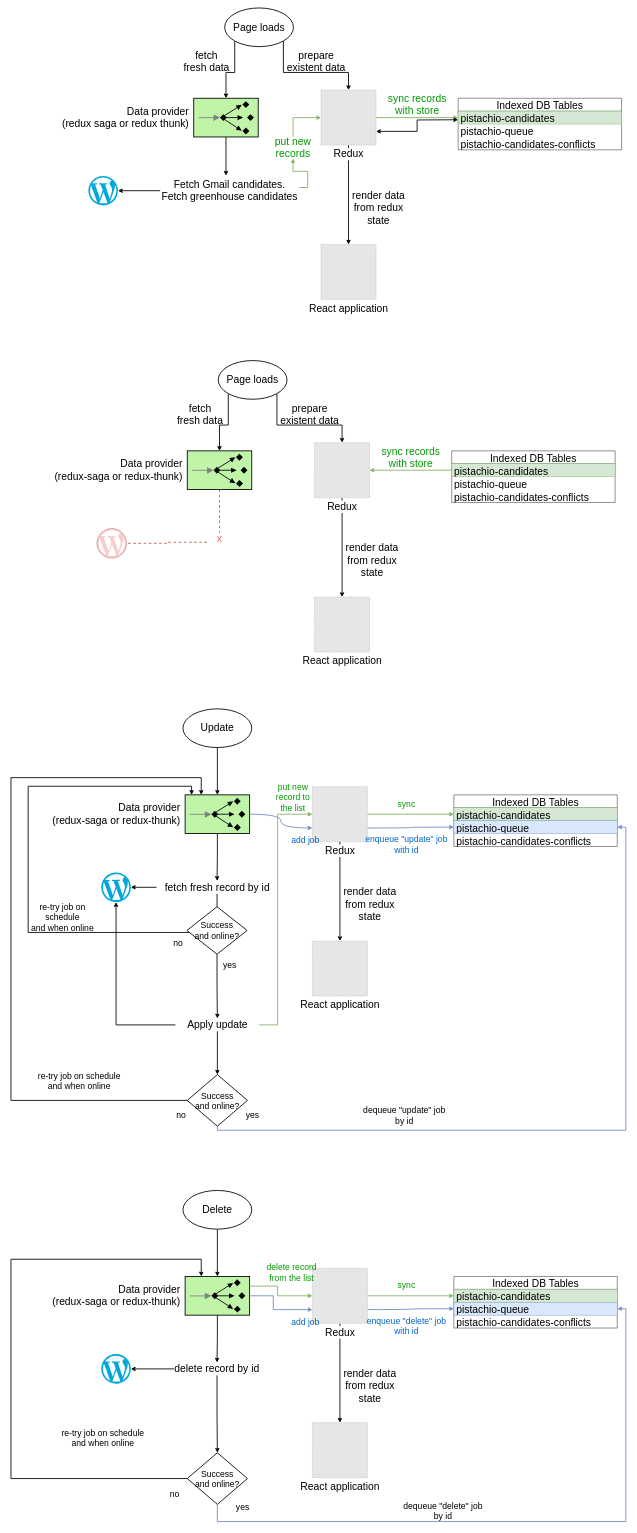
The draw.io diagram high-level/data-flows.drawio in AlexeyPopovUA/a8c-diagrams, before the edit. Source tidied: cells renumbered, new cells numbered last; positions are measured from the earlier drawing's top-left corner, leaving out a move shared by most shapes. Both pictures are drawn from the tidied source at 43%, with x=0, y=0 at pixel (11, 8). Pictures stored in the file or linked from it are replaced by grey dashed boxes.
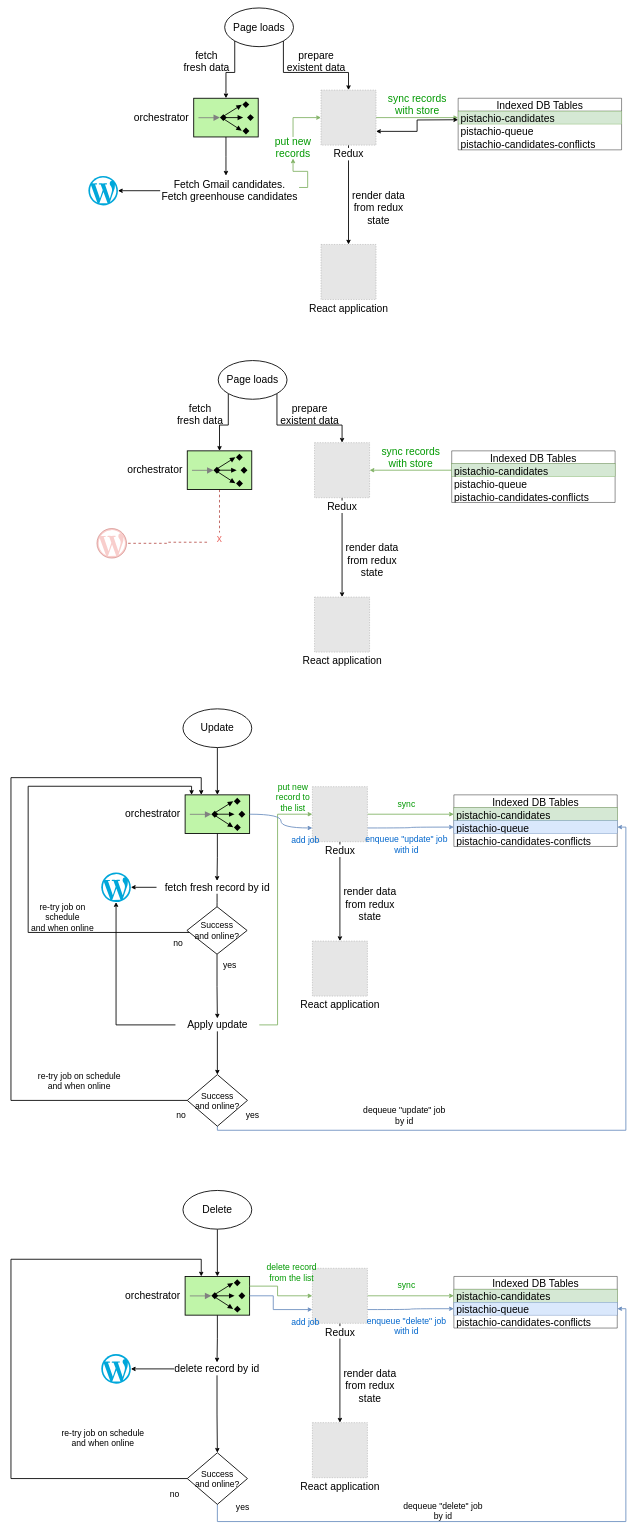
The same page after the edit.

Diff of the diagram source:
```diff
@@
-    <mxCell id="10" value="&lt;font style=&quot;font-size: 24px;&quot;&gt;Data provider&lt;br&gt;&lt;/font&gt;&lt;font style=&quot;font-size: 24px;&quot;&gt;(redux saga or redux thunk)&lt;br&gt;&lt;/font&gt;" style="fillColor=#c0f5a9;dashed=0;outlineConnect=0;strokeWidth=2;html=1;align=right;fontSize=8;verticalLabelPosition=middle;verticalAlign=middle;shape=mxgraph.eip.message_dispatcher;labelPosition=left;spacingRight=10;" parent="1" vertex="1">
+    <mxCell id="10" value="&lt;font style=&quot;font-size: 24px;&quot;&gt;orchestrator&lt;/font&gt;&lt;font style=&quot;font-size: 24px;&quot;&gt;&lt;br&gt;&lt;/font&gt;" style="fillColor=#c0f5a9;dashed=0;outlineConnect=0;strokeWidth=2;html=1;align=right;fontSize=8;verticalLabelPosition=middle;verticalAlign=middle;shape=mxgraph.eip.message_dispatcher;labelPosition=left;spacingRight=10;" parent="1" vertex="1">
       <mxGeometry x="425" y="210" width="150" height="90" as="geometry" />
     </mxCell>
@@
-    <mxCell id="33" value="&lt;font style=&quot;font-size: 24px;&quot;&gt;Data provider&lt;br&gt;&lt;/font&gt;&lt;font style=&quot;font-size: 24px;&quot;&gt;(redux-saga or redux-thunk)&lt;br&gt;&lt;/font&gt;" style="fillColor=#c0f5a9;dashed=0;outlineConnect=0;strokeWidth=2;html=1;align=right;fontSize=8;verticalLabelPosition=middle;verticalAlign=middle;shape=mxgraph.eip.message_dispatcher;labelPosition=left;spacingRight=10;" parent="1" vertex="1">
+    <mxCell id="33" value="&lt;font style=&quot;font-size: 24px;&quot;&gt;orchestrator&lt;/font&gt;&lt;font style=&quot;font-size: 24px;&quot;&gt;&lt;br&gt;&lt;/font&gt;" style="fillColor=#c0f5a9;dashed=0;outlineConnect=0;strokeWidth=2;html=1;align=right;fontSize=8;verticalLabelPosition=middle;verticalAlign=middle;shape=mxgraph.eip.message_dispatcher;labelPosition=left;spacingRight=10;" parent="1" vertex="1">
       <mxGeometry x="410" y="1030" width="150" height="90" as="geometry" />
     </mxCell>
@@
-    <mxCell id="53" value="&lt;font style=&quot;font-size: 24px;&quot;&gt;Data provider&lt;br&gt;&lt;/font&gt;&lt;font style=&quot;font-size: 24px;&quot;&gt;(redux-saga or redux-thunk)&lt;br&gt;&lt;/font&gt;" style="fillColor=#c0f5a9;dashed=0;outlineConnect=0;strokeWidth=2;html=1;align=right;fontSize=8;verticalLabelPosition=middle;verticalAlign=middle;shape=mxgraph.eip.message_dispatcher;labelPosition=left;spacingRight=10;" parent="1" vertex="1">
+    <mxCell id="53" value="&lt;font style=&quot;font-size: 24px;&quot;&gt;orchestrator&lt;/font&gt;&lt;font style=&quot;font-size: 24px;&quot;&gt;&lt;br&gt;&lt;/font&gt;" style="fillColor=#c0f5a9;dashed=0;outlineConnect=0;strokeWidth=2;html=1;align=right;fontSize=8;verticalLabelPosition=middle;verticalAlign=middle;shape=mxgraph.eip.message_dispatcher;labelPosition=left;spacingRight=10;" parent="1" vertex="1">
       <mxGeometry x="405" y="1830" width="150" height="90" as="geometry" />
     </mxCell>
@@
-    <mxCell id="93" value="&lt;font style=&quot;font-size: 24px;&quot;&gt;Data provider&lt;br&gt;&lt;/font&gt;&lt;font style=&quot;font-size: 24px;&quot;&gt;(redux-saga or redux-thunk)&lt;br&gt;&lt;/font&gt;" style="fillColor=#c0f5a9;dashed=0;outlineConnect=0;strokeWidth=2;html=1;align=right;fontSize=8;verticalLabelPosition=middle;verticalAlign=middle;shape=mxgraph.eip.message_dispatcher;labelPosition=left;spacingRight=10;" parent="1" vertex="1">
+    <mxCell id="93" value="&lt;font style=&quot;font-size: 24px;&quot;&gt;orchestrator&lt;/font&gt;&lt;font style=&quot;font-size: 24px;&quot;&gt;&lt;br&gt;&lt;/font&gt;" style="fillColor=#c0f5a9;dashed=0;outlineConnect=0;strokeWidth=2;html=1;align=right;fontSize=8;verticalLabelPosition=middle;verticalAlign=middle;shape=mxgraph.eip.message_dispatcher;labelPosition=left;spacingRight=10;" parent="1" vertex="1">
       <mxGeometry x="405" y="2950" width="150" height="90" as="geometry" />
     </mxCell>
```
